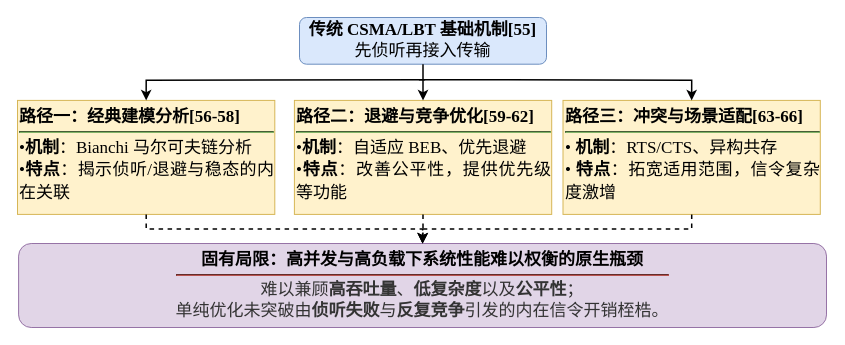
Aworrier/zzzwl-big_paper keeps this draw.io diagram as page "CSMA/LBT类随机接入协议研究技术脉络" (6 of 14) of drawio流程框图.drawio. Above is the earlier version. Source tidied: cells renumbered, new cells numbered last; positions are measured from the earlier drawing's top-left corner, leaving out a move shared by most shapes. Both pictures are drawn from the tidied source at 100%, with x=0, y=0 at pixel (17, 17).
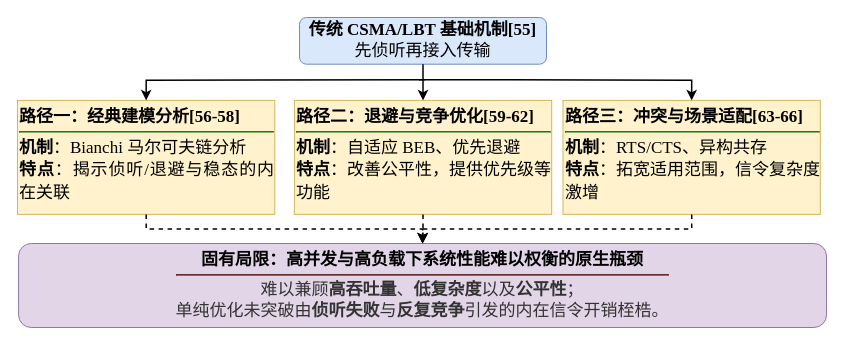
The same page after the edit.

Change to the diagram source:
```diff
@@
 <mxGraphModel>
   <root>
     <mxCell id="0" />
     <mxCell id="1" parent="0" />
     <mxCell id="2" style="group;" parent="1" vertex="1">
       <mxGeometry width="810" height="310" as="geometry" />
     </mxCell>
     <mxCell id="3" value="&lt;b&gt;传统 CSMA/LBT 基础机制[55]&lt;/b&gt;&lt;br&gt;先侦听再接入传输" style="rounded=1;whiteSpace=wrap;html=1;align=center;fontFamily=Times New Roman, SimSun;labelBackgroundColor=none;fontSize=17;fillColor=#dae8fc;strokeColor=#6c8ebf;" parent="2" vertex="1">
       <mxGeometry x="282" width="247" height="46.7" as="geometry" />
     </mxCell>
-    <mxCell id="4" value="&lt;div style=&quot;text-align: justify;&quot;&gt;&lt;b style=&quot;background-color: transparent; color: light-dark(rgb(0, 0, 0), rgb(255, 255, 255));&quot;&gt;路径一：经典建模分析[56-58]&lt;/b&gt;&lt;/div&gt;&lt;hr style=&quot;text-align: justify; border-color: rgb(130, 179, 102); margin: 4px 0px;&quot;&gt;&lt;div style=&quot;text-align: justify; line-height: 1.3;&quot;&gt;•&lt;b style=&quot;background-color: transparent; color: light-dark(rgb(0, 0, 0), rgb(255, 255, 255));&quot;&gt;机制&lt;/b&gt;&lt;span style=&quot;background-color: transparent; color: light-dark(rgb(0, 0, 0), rgb(255, 255, 255));&quot;&gt;：Bianchi 马尔可夫链分析&lt;/span&gt;&lt;/div&gt;&lt;div style=&quot;text-align: justify; line-height: 1.3;&quot;&gt;•&lt;b style=&quot;background-color: transparent; color: light-dark(rgb(0, 0, 0), rgb(255, 255, 255));&quot;&gt;特点&lt;/b&gt;&lt;span style=&quot;background-color: transparent; color: light-dark(rgb(0, 0, 0), rgb(255, 255, 255));&quot;&gt;：揭示侦听/退避与稳态的内在关联&lt;/span&gt;&lt;/div&gt;" style="rounded=0;whiteSpace=wrap;html=1;align=left;verticalAlign=top;paddingTop=6;paddingLeft=8;paddingRight=8;fontFamily=Times New Roman, SimSun;labelBackgroundColor=none;fontSize=17;fillColor=#fff2cc;strokeColor=#d6b656;" parent="2" vertex="1">
+    <mxCell id="4" value="&lt;div style=&quot;text-align: justify;&quot;&gt;&lt;b style=&quot;background-color: transparent; color: light-dark(rgb(0, 0, 0), rgb(255, 255, 255));&quot;&gt;路径一：经典建模分析[56-58]&lt;/b&gt;&lt;/div&gt;&lt;hr style=&quot;text-align: justify; border-color: rgb(130, 179, 102); margin: 4px 0px;&quot;&gt;&lt;div style=&quot;text-align: justify; line-height: 1.3;&quot;&gt;&lt;b style=&quot;background-color: transparent; color: light-dark(rgb(0, 0, 0), rgb(255, 255, 255));&quot;&gt;机制&lt;/b&gt;&lt;span style=&quot;background-color: transparent; color: light-dark(rgb(0, 0, 0), rgb(255, 255, 255));&quot;&gt;：Bianchi 马尔可夫链分析&lt;/span&gt;&lt;/div&gt;&lt;div style=&quot;text-align: justify; line-height: 1.3;&quot;&gt;&lt;b style=&quot;background-color: transparent; color: light-dark(rgb(0, 0, 0), rgb(255, 255, 255));&quot;&gt;特点&lt;/b&gt;&lt;span style=&quot;background-color: transparent; color: light-dark(rgb(0, 0, 0), rgb(255, 255, 255));&quot;&gt;：揭示侦听/退避与稳态的内在关联&lt;/span&gt;&lt;/div&gt;" style="rounded=0;whiteSpace=wrap;html=1;align=left;verticalAlign=top;paddingTop=6;paddingLeft=8;paddingRight=8;fontFamily=Times New Roman, SimSun;labelBackgroundColor=none;fontSize=17;fillColor=#fff2cc;strokeColor=#d6b656;" parent="2" vertex="1">
       <mxGeometry y="82.9" width="257.3" height="114" as="geometry" />
     </mxCell>
-    <mxCell id="5" value="&lt;div style=&quot;text-align: justify;&quot;&gt;&lt;b style=&quot;background-color: transparent; color: light-dark(rgb(0, 0, 0), rgb(255, 255, 255));&quot;&gt;路径二：&lt;/b&gt;&lt;b style=&quot;background-color: transparent; color: light-dark(rgb(0, 0, 0), rgb(255, 255, 255));&quot;&gt;退避与竞争优化[59-62]&lt;/b&gt;&lt;/div&gt;&lt;hr style=&quot;text-align: justify; border-color: rgb(130, 179, 102); margin: 4px 0px;&quot;&gt;&lt;div style=&quot;line-height: 1.3;&quot;&gt;&lt;div style=&quot;text-align: justify;&quot;&gt;&lt;span style=&quot;background-color: transparent; color: light-dark(rgb(0, 0, 0), rgb(255, 255, 255));&quot;&gt;•&lt;/span&gt;&lt;b style=&quot;background-color: transparent; color: light-dark(rgb(0, 0, 0), rgb(255, 255, 255));&quot;&gt;机制&lt;/b&gt;&lt;span style=&quot;background-color: transparent; color: light-dark(rgb(0, 0, 0), rgb(255, 255, 255));&quot;&gt;：自适应 BEB、优先退避&amp;nbsp;&lt;/span&gt;&lt;/div&gt;&lt;div style=&quot;text-align: justify;&quot;&gt;&lt;span style=&quot;background-color: transparent; color: light-dark(rgb(0, 0, 0), rgb(255, 255, 255));&quot;&gt;•&lt;/span&gt;&lt;b style=&quot;background-color: transparent; color: light-dark(rgb(0, 0, 0), rgb(255, 255, 255));&quot;&gt;特点&lt;/b&gt;&lt;span style=&quot;background-color: transparent; color: light-dark(rgb(0, 0, 0), rgb(255, 255, 255));&quot;&gt;：改善公平性，提供优先级等功能&lt;/span&gt;&lt;/div&gt;&lt;/div&gt;" style="rounded=0;whiteSpace=wrap;html=1;align=left;verticalAlign=top;paddingTop=6;paddingLeft=8;paddingRight=8;fontFamily=Times New Roman, SimSun;labelBackgroundColor=none;fontSize=17;fillColor=#fff2cc;strokeColor=#d6b656;" parent="2" vertex="1">
+    <mxCell id="5" value="&lt;div style=&quot;text-align: justify;&quot;&gt;&lt;b style=&quot;background-color: transparent; color: light-dark(rgb(0, 0, 0), rgb(255, 255, 255));&quot;&gt;路径二：&lt;/b&gt;&lt;b style=&quot;background-color: transparent; color: light-dark(rgb(0, 0, 0), rgb(255, 255, 255));&quot;&gt;退避与竞争优化[59-62]&lt;/b&gt;&lt;/div&gt;&lt;hr style=&quot;text-align: justify; border-color: rgb(130, 179, 102); margin: 4px 0px;&quot;&gt;&lt;div style=&quot;line-height: 1.3;&quot;&gt;&lt;div style=&quot;text-align: justify;&quot;&gt;&lt;b style=&quot;background-color: transparent; color: light-dark(rgb(0, 0, 0), rgb(255, 255, 255));&quot;&gt;机制&lt;/b&gt;&lt;span style=&quot;background-color: transparent; color: light-dark(rgb(0, 0, 0), rgb(255, 255, 255));&quot;&gt;：自适应 BEB、优先退避&amp;nbsp;&lt;/span&gt;&lt;/div&gt;&lt;div style=&quot;text-align: justify;&quot;&gt;&lt;b style=&quot;background-color: transparent; color: light-dark(rgb(0, 0, 0), rgb(255, 255, 255));&quot;&gt;特点&lt;/b&gt;&lt;span style=&quot;background-color: transparent; color: light-dark(rgb(0, 0, 0), rgb(255, 255, 255));&quot;&gt;：改善公平性，提供优先级等功能&lt;/span&gt;&lt;/div&gt;&lt;/div&gt;" style="rounded=0;whiteSpace=wrap;html=1;align=left;verticalAlign=top;paddingTop=6;paddingLeft=8;paddingRight=8;fontFamily=Times New Roman, SimSun;labelBackgroundColor=none;fontSize=17;fillColor=#fff2cc;strokeColor=#d6b656;" parent="2" vertex="1">
       <mxGeometry x="276.9" y="82.9" width="257.3" height="114" as="geometry" />
     </mxCell>
-    <mxCell id="6" value="&lt;b&gt;路径三：&lt;/b&gt;&lt;b&gt;冲突与场景适配[63-66]&lt;/b&gt;&lt;hr style=&quot;border-color: rgb(130, 179, 102); margin: 4px 0px;&quot;&gt;&lt;div style=&quot;text-align: justify; line-height: 1.3;&quot;&gt;•&amp;nbsp;&lt;b style=&quot;background-color: transparent; color: light-dark(rgb(0, 0, 0), rgb(255, 255, 255));&quot;&gt;机制&lt;/b&gt;&lt;span style=&quot;background-color: transparent; color: light-dark(rgb(0, 0, 0), rgb(255, 255, 255));&quot;&gt;：RTS/CTS、异构共存&lt;/span&gt;&lt;/div&gt;&lt;div style=&quot;text-align: justify; line-height: 1.3;&quot;&gt;•&amp;nbsp;&lt;b style=&quot;background-color: transparent; color: light-dark(rgb(0, 0, 0), rgb(255, 255, 255));&quot;&gt;特点&lt;/b&gt;&lt;span style=&quot;background-color: transparent; color: light-dark(rgb(0, 0, 0), rgb(255, 255, 255));&quot;&gt;：拓宽适用范围，信令复杂度激增&lt;/span&gt;&lt;/div&gt;" style="rounded=0;whiteSpace=wrap;html=1;align=left;verticalAlign=top;paddingTop=6;paddingLeft=8;paddingRight=8;fontFamily=Times New Roman, SimSun;labelBackgroundColor=none;fontSize=17;fillColor=#fff2cc;strokeColor=#d6b656;" parent="2" vertex="1">
+    <mxCell id="6" value="&lt;b&gt;路径三：&lt;/b&gt;&lt;b&gt;冲突与场景适配[63-66]&lt;/b&gt;&lt;hr style=&quot;border-color: rgb(130, 179, 102); margin: 4px 0px;&quot;&gt;&lt;div style=&quot;text-align: justify; line-height: 1.3;&quot;&gt;&lt;b style=&quot;background-color: transparent; color: light-dark(rgb(0, 0, 0), rgb(255, 255, 255));&quot;&gt;机制&lt;/b&gt;&lt;span style=&quot;background-color: transparent; color: light-dark(rgb(0, 0, 0), rgb(255, 255, 255));&quot;&gt;：RTS/CTS、异构共存&lt;/span&gt;&lt;/div&gt;&lt;div style=&quot;text-align: justify; line-height: 1.3;&quot;&gt;&lt;b style=&quot;background-color: transparent; color: light-dark(rgb(0, 0, 0), rgb(255, 255, 255));&quot;&gt;特点&lt;/b&gt;&lt;span style=&quot;background-color: transparent; color: light-dark(rgb(0, 0, 0), rgb(255, 255, 255));&quot;&gt;：拓宽适用范围，信令复杂度激增&lt;/span&gt;&lt;/div&gt;" style="rounded=0;whiteSpace=wrap;html=1;align=left;verticalAlign=top;paddingTop=6;paddingLeft=8;paddingRight=8;fontFamily=Times New Roman, SimSun;labelBackgroundColor=none;fontSize=17;fillColor=#fff2cc;strokeColor=#d6b656;" parent="2" vertex="1">
       <mxGeometry x="545.5" y="82.9" width="257.3" height="114" as="geometry" />
     </mxCell>
     <mxCell id="7" value="&lt;b&gt;&lt;font&gt;固有局限：高并发与高负载下系统性能难以权衡的原生瓶颈&lt;/font&gt;&lt;/b&gt;&lt;hr style=&quot;border-color: rgb(184, 84, 80); margin: 4px 0px;&quot;&gt;&lt;div style=&quot;color: rgb(51, 51, 51);&quot;&gt;难以兼顾&lt;b&gt;高吞吐量&lt;/b&gt;、&lt;b&gt;低复杂度&lt;/b&gt;以及&lt;b&gt;公平性&lt;/b&gt;；&lt;/div&gt;&lt;div style=&quot;color: rgb(51, 51, 51);&quot;&gt;单纯优化未突破由&lt;b&gt;侦听失败&lt;/b&gt;与&lt;b&gt;反复竞争&lt;/b&gt;引发的内在信令开销桎梏。&lt;/div&gt;" style="rounded=1;whiteSpace=wrap;html=1;align=center;verticalAlign=top;paddingTop=6;fontFamily=Times New Roman, SimSun;labelBackgroundColor=none;fontSize=17;fillColor=#e1d5e7;strokeColor=#9673a6;" parent="2" vertex="1">
       <mxGeometry x="1.1" y="226" width="807.9" height="84" as="geometry" />
     </mxCell>
     <mxCell id="8" style="edgeStyle=orthogonalEdgeStyle;rounded=0;strokeWidth=1.5;labelBackgroundColor=none;fontColor=default;fontSize=17;entryX=0.5;entryY=0;entryDx=0;entryDy=0;" parent="2" edge="1" target="4">
       <mxGeometry relative="1" as="geometry">
         <mxPoint x="407.6" y="62.2" as="sourcePoint" />
       </mxGeometry>
     </mxCell>
     <mxCell id="9" style="edgeStyle=orthogonalEdgeStyle;rounded=0;strokeWidth=1.5;labelBackgroundColor=none;fontColor=default;fontSize=17;" parent="2" edge="1" source="3" target="5">
       <mxGeometry relative="1" as="geometry" />
     </mxCell>
     <mxCell id="10" style="edgeStyle=orthogonalEdgeStyle;rounded=0;strokeWidth=1.5;labelBackgroundColor=none;fontColor=default;fontSize=17;entryX=0.5;entryY=0;entryDx=0;entryDy=0;" parent="2" edge="1" target="6">
       <mxGeometry relative="1" as="geometry">
         <mxPoint x="401.4" y="62.2" as="sourcePoint" />
       </mxGeometry>
     </mxCell>
     <mxCell id="11" style="edgeStyle=orthogonalEdgeStyle;rounded=0;strokeWidth=1.5;dashed=1;labelBackgroundColor=none;fontColor=default;fontSize=17;" parent="2" edge="1" source="4" target="7">
       <mxGeometry relative="1" as="geometry" />
     </mxCell>
     <mxCell id="12" style="edgeStyle=orthogonalEdgeStyle;rounded=0;strokeWidth=1.5;dashed=1;labelBackgroundColor=none;fontColor=default;fontSize=17;" parent="2" edge="1" source="5" target="7">
       <mxGeometry relative="1" as="geometry" />
     </mxCell>
     <mxCell id="13" style="edgeStyle=orthogonalEdgeStyle;rounded=0;strokeWidth=1.5;dashed=1;labelBackgroundColor=none;fontColor=default;fontSize=17;" parent="2" edge="1" source="6" target="7">
       <mxGeometry relative="1" as="geometry" />
     </mxCell>
   </root>
 </mxGraphModel>
```
